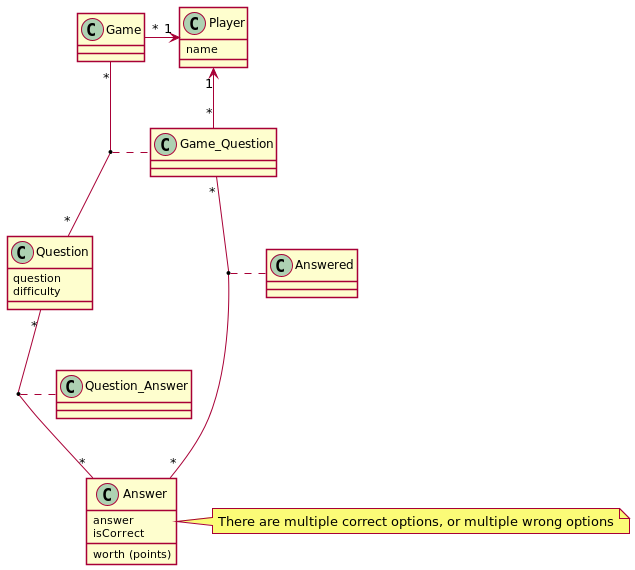
2122-3bhitm-itp/02-project-uno keeps this PlantUML diagram as asciidocs/images/class-diagramm.png. Above is the earlier version.
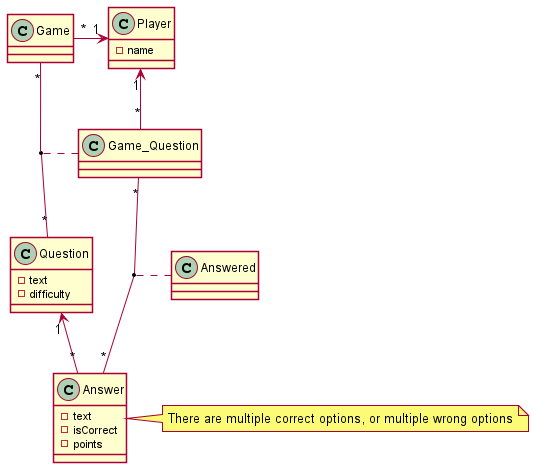
Above is the later version.

Change to the diagram source:
```diff
@@ -7,23 +7,21 @@
 class Game{}
 
 class Player{
-    name
+    - name
 }
 
 class Question {
-    question
-    difficulty
+    - text
+    - difficulty
 }
 
 class Answer{
-    answer
-    isCorrect
-    worth (points)
+    - text
+    - isCorrect
+    - points
 }
 
 class Game_Question{}
-
-class Question_Answer{}
 
 class Answered{}
 
@@ -35,9 +33,7 @@
 
 (Game,Question) .. Game_Question
 
-Question "*"--"*" Answer
-
-Question_Answer .. (Question, Answer)
+Question "1"<--"*" Answer
 
 Game_Question "*"--"*" Answer
 
```
